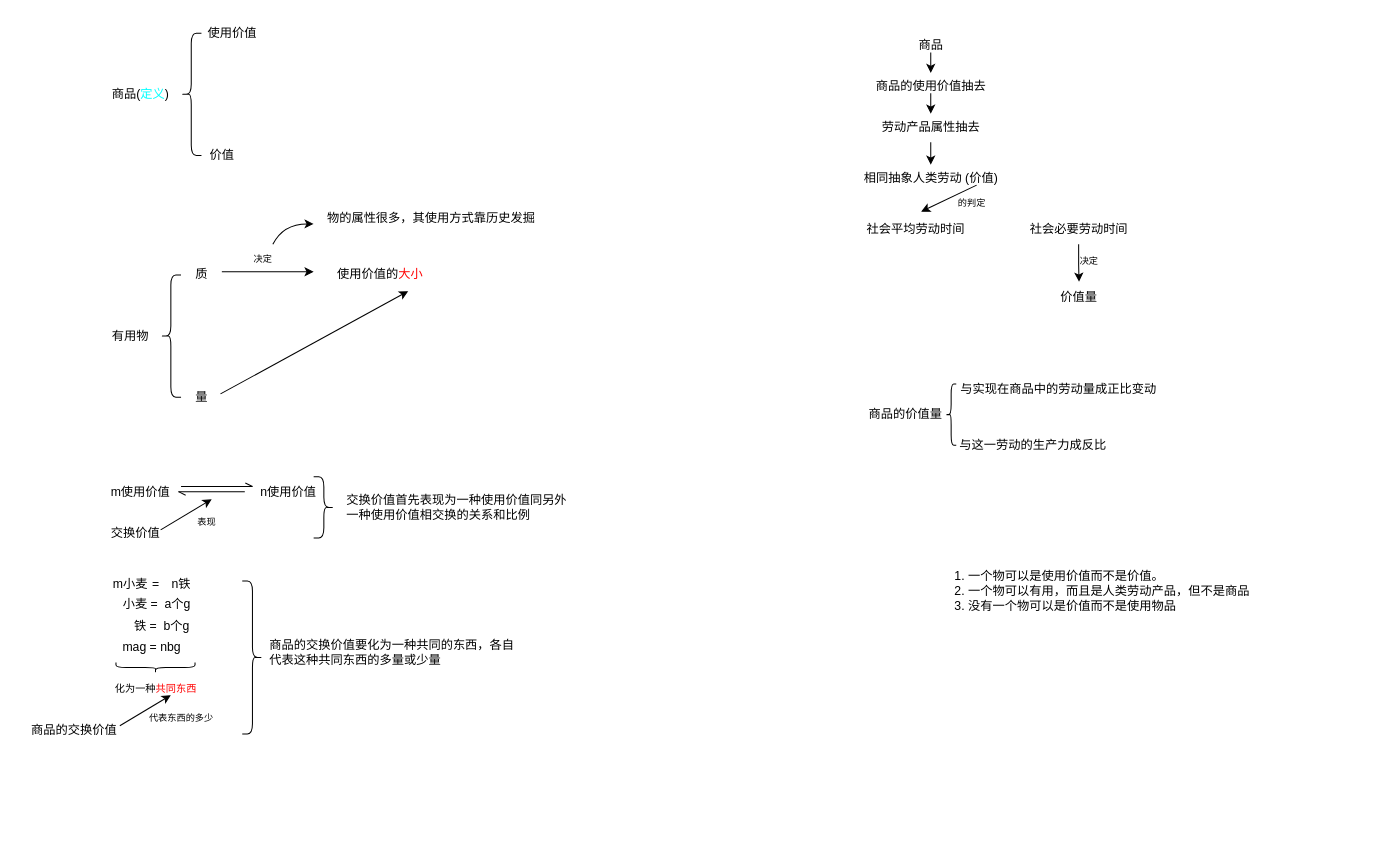
Before: 资本论/1.1.1 商品的两个因素:使用价值和价值.drawio in wcjlh/for-draw.io, a draw.io diagram. Source tidied: cells renumbered, new cells numbered last; positions are measured from the earlier drawing's top-left corner, leaving out a move shared by most shapes. Both pictures are drawn from the tidied source at 102%, with x=0, y=0 at pixel (17, 17).
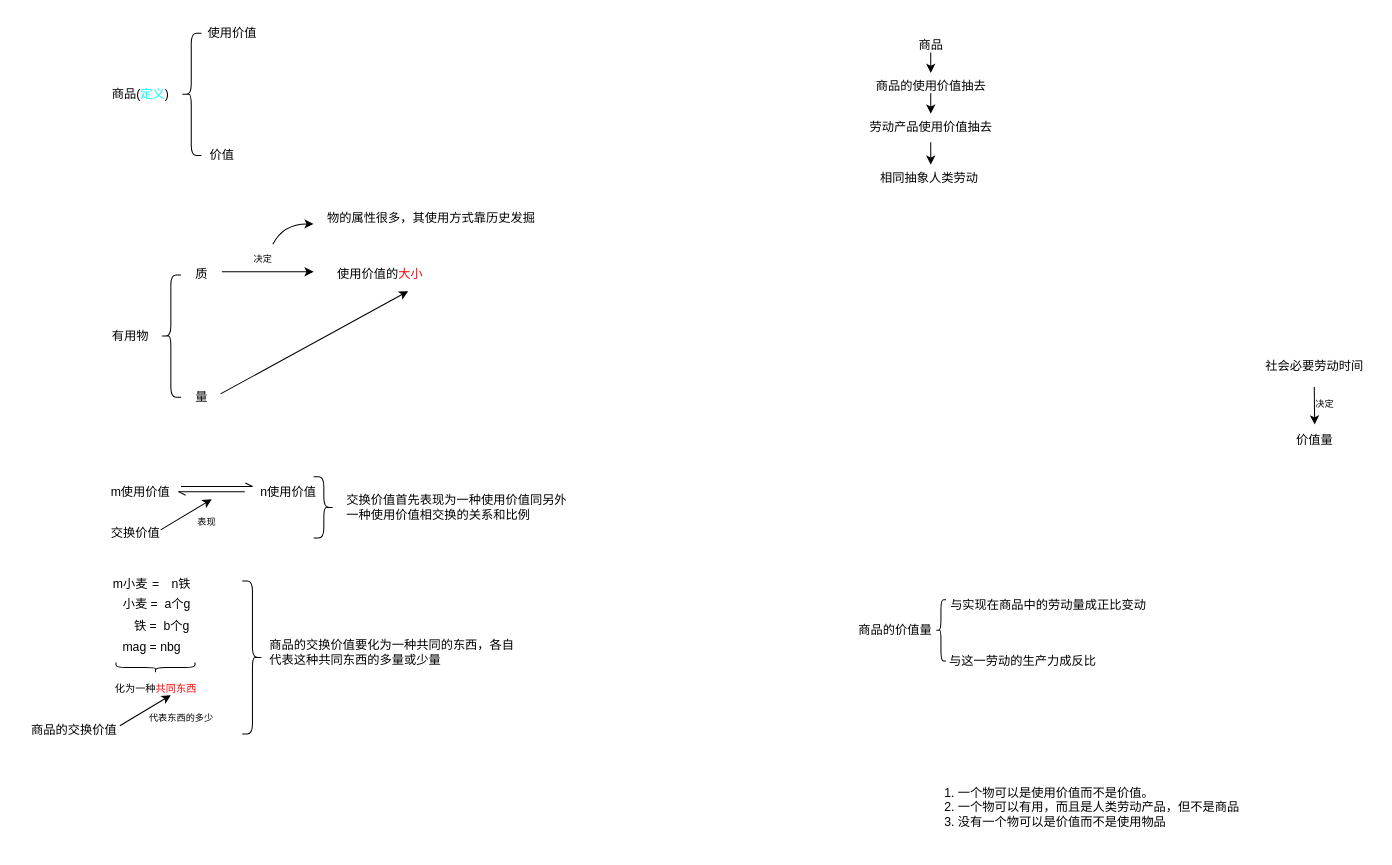
Above is the later version.

Commit message:
更新1.1.1 商品的两个因素:使用价值和价值.drawio

What changed in the source:
```diff
@@
-    <mxCell id="36" value="劳动产品属性抽去" style="text;html=1;align=center;verticalAlign=middle;points=[];strokeColor=none;fillColor=none;" parent="1" vertex="1">
-      <mxGeometry x="835" y="92" width="120" height="30" as="geometry" />
+    <mxCell id="36" value="劳动产品使用价值抽去" style="text;html=1;align=center;verticalAlign=middle;points=[];strokeColor=none;fillColor=none;" parent="1" vertex="1">
+      <mxGeometry x="825" y="92" width="140" height="30" as="geometry" />
     </mxCell>
@@
-    <mxCell id="38" value="相同抽象人类劳动 (价值)" style="text;html=1;align=center;verticalAlign=middle;strokeColor=none;fillColor=none;" parent="1" vertex="1">
-      <mxGeometry x="820" y="142" width="150" height="30" as="geometry" />
+    <mxCell id="38" value="相同抽象人类劳动&amp;nbsp;" style="text;html=1;align=center;verticalAlign=middle;strokeColor=none;fillColor=none;" parent="1" vertex="1">
+      <mxGeometry x="835" y="142" width="120" height="30" as="geometry" />
     </mxCell>
-    <mxCell id="39" value="社会平均劳动时间" style="text;html=1;align=center;verticalAlign=middle;points=[];strokeColor=none;fillColor=none;" parent="1" vertex="1">
-      <mxGeometry x="820" y="192" width="120" height="30" as="geometry" />
-    </mxCell>
-    <mxCell id="40" style="endArrow=classic;html=1;rounded=0;entryX=0.547;entryY=-0.067;entryDx=0;entryDy=0;entryPerimeter=0;" parent="1" edge="1" target="39">
-      <mxGeometry relative="1" as="geometry">
-        <mxPoint x="940" y="164" as="sourcePoint" />
-      </mxGeometry>
-    </mxCell>
-    <mxCell id="41" value="的判定" style="text;html=1;align=center;verticalAlign=middle;strokeColor=none;fillColor=none;fontSize=9;" parent="1" vertex="1">
-      <mxGeometry x="910" y="172" width="50" height="20" as="geometry" />
-    </mxCell>
     <mxCell id="42" value="社会必要劳动时间" style="text;html=1;align=center;verticalAlign=middle;points=[];strokeColor=none;fillColor=none;" parent="1" vertex="1">
-      <mxGeometry x="980" y="192" width="120" height="30" as="geometry" />
+      <mxGeometry x="1211" y="327" width="120" height="30" as="geometry" />
     </mxCell>
     <mxCell id="43" value="价值量" style="text;html=1;align=center;verticalAlign=middle;points=[];strokeColor=none;fillColor=none;" parent="1" vertex="1">
-      <mxGeometry x="1010" y="259" width="60" height="30" as="geometry" />
+      <mxGeometry x="1241" y="399" width="60" height="30" as="geometry" />
     </mxCell>
-    <mxCell id="44" style="edgeStyle=orthogonalEdgeStyle;rounded=0;jettySize=auto;html=1;entryX=0.506;entryY=-0.011;entryDx=0;entryDy=0;entryPerimeter=0;" parent="1" edge="1" source="42" target="43">
-      <mxGeometry relative="1" as="geometry" />
+    <mxCell id="44" style="edgeStyle=orthogonalEdgeStyle;rounded=0;jettySize=auto;html=1;entryX=0.506;entryY=-0.011;entryDx=0;entryDy=0;entryPerimeter=0;" parent="1" edge="1" target="43">
+      <mxGeometry relative="1" as="geometry">
+        <mxPoint x="1271" y="362" as="sourcePoint" />
+      </mxGeometry>
     </mxCell>
     <mxCell id="45" value="决定" style="text;html=1;align=center;verticalAlign=middle;strokeColor=none;fillColor=none;fontSize=9;" parent="1" vertex="1">
-      <mxGeometry x="1030" y="229" width="40" height="20" as="geometry" />
+      <mxGeometry x="1261" y="369" width="40" height="20" as="geometry" />
     </mxCell>
     <mxCell id="46" value="商品的价值量" style="text;html=1;align=center;verticalAlign=middle;strokeColor=none;fillColor=none;" parent="1" vertex="1">
-      <mxGeometry x="820" y="374" width="100" height="30" as="geometry" />
+      <mxGeometry x="810" y="585.5" width="100" height="30" as="geometry" />
     </mxCell>
     <mxCell id="47" style="shape=curlyBracket;whiteSpace=wrap;html=1;rounded=1;labelPosition=left;verticalLabelPosition=middle;align=right;verticalAlign=middle;" parent="1" vertex="1">
-      <mxGeometry x="910" y="359" width="10" height="60" as="geometry" />
+      <mxGeometry x="900" y="570.5" width="10" height="60" as="geometry" />
     </mxCell>
     <mxCell id="48" value="与实现在商品中的劳动量成正比变动" style="text;html=1;align=center;verticalAlign=middle;strokeColor=none;fillColor=none;" parent="1" vertex="1">
-      <mxGeometry x="910" y="349" width="220" height="30" as="geometry" />
+      <mxGeometry x="900" y="560.5" width="220" height="30" as="geometry" />
     </mxCell>
     <mxCell id="49" value="与这一劳动的生产力成反比" style="text;html=1;align=center;verticalAlign=middle;strokeColor=none;fillColor=none;" parent="1" vertex="1">
-      <mxGeometry x="910" y="404" width="170" height="30" as="geometry" />
+      <mxGeometry x="900" y="615.5" width="170" height="30" as="geometry" />
     </mxCell>
     <mxCell id="50" value="&lt;ol&gt;&lt;li&gt;一个物可以是使用价值而不是价值。&lt;/li&gt;&lt;li&gt;一个物可以有用，而且是人类劳动产品，但不是商品&lt;/li&gt;&lt;li&gt;没有一个物可以是价值而不是使用物品&lt;/li&gt;&lt;/ol&gt;" style="text;strokeColor=none;fillColor=none;html=1;whiteSpace=wrap;verticalAlign=middle;overflow=hidden;" parent="1" vertex="1">
-      <mxGeometry x="890" y="522" width="361" height="80" as="geometry" />
+      <mxGeometry x="880" y="733.5" width="361" height="80" as="geometry" />
     </mxCell>
```
